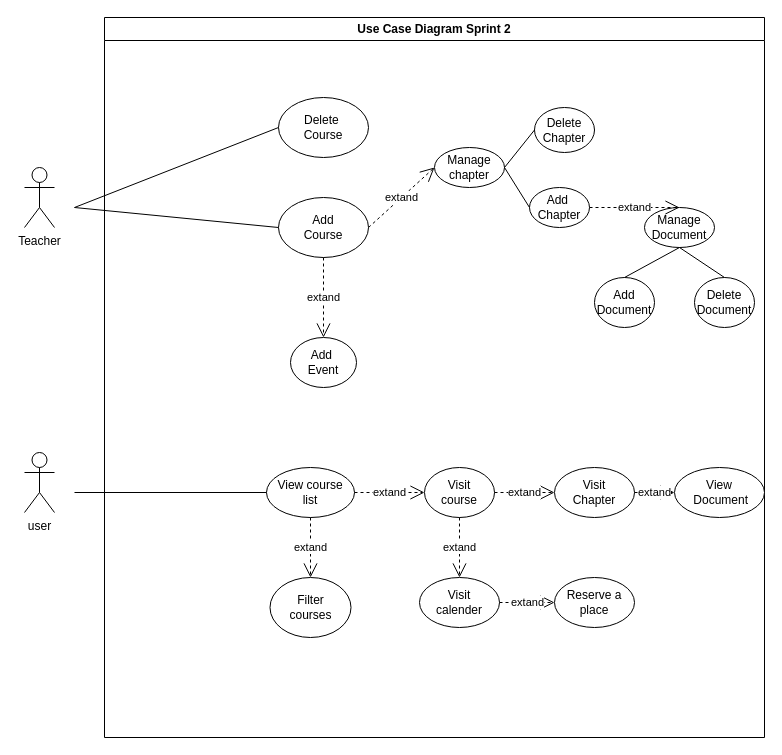
Earlier version of the draw.io diagram use case course.drawio (faresUnderScore999/test1.0). Source tidied: cells renumbered, new cells numbered last; positions are measured from the earlier drawing's top-left corner, leaving out a move shared by most shapes. Both pictures are drawn from the tidied source at 100%, with x=0, y=0 at pixel (24, 17).
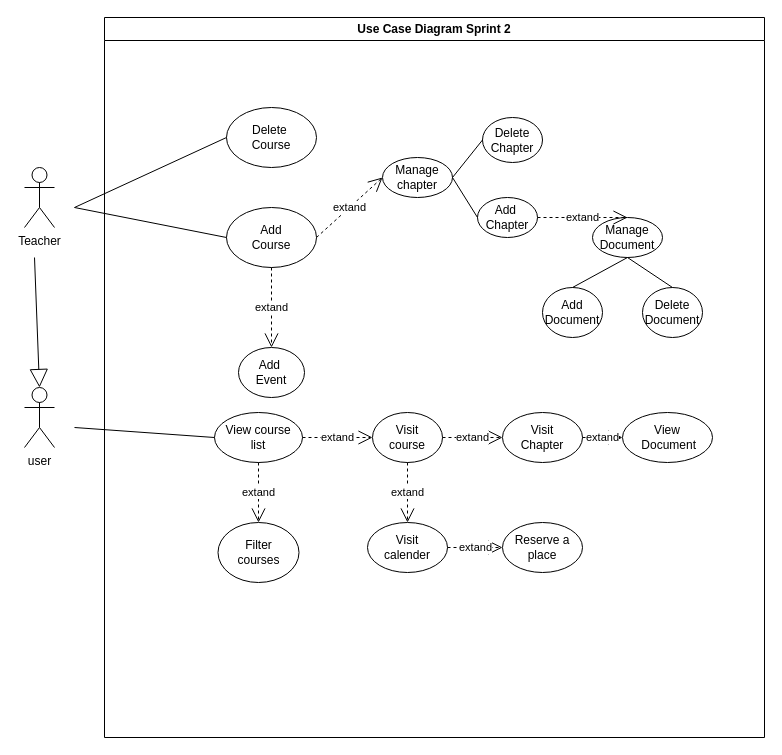
The same page after the edit.

Commit message (it also covers changes not shown here):
Mettre à jour use case course.drawio

Unchanged cells that the change refers to:
```xml
<mxCell id="2" value="Use Case Diagram Sprint 2" style="swimlane;whiteSpace=wrap;html=1;" parent="1" vertex="1">
  <mxGeometry x="80" width="660" height="720" as="geometry" />
</mxCell>
```

Diff of the diagram source:
```diff
@@
     <mxCell id="3" value="Delete&amp;nbsp;&lt;div&gt;Course&lt;/div&gt;" style="ellipse;whiteSpace=wrap;html=1;" parent="2" vertex="1">
-      <mxGeometry x="174" y="80" width="90" height="60" as="geometry" />
+      <mxGeometry x="122" y="90" width="90" height="60" as="geometry" />
     </mxCell>
     <mxCell id="4" value="Add&lt;div&gt;Course&lt;/div&gt;" style="ellipse;whiteSpace=wrap;html=1;" parent="2" vertex="1">
-      <mxGeometry x="174" y="180" width="90" height="60" as="geometry" />
+      <mxGeometry x="122" y="190" width="90" height="60" as="geometry" />
     </mxCell>
     <mxCell id="5" value="Add&amp;nbsp;&lt;div&gt;Chapter&lt;/div&gt;" style="ellipse;whiteSpace=wrap;html=1;" parent="2" vertex="1">
-      <mxGeometry x="425" y="170" width="60" height="40" as="geometry" />
+      <mxGeometry x="373" y="180" width="60" height="40" as="geometry" />
     </mxCell>
     <mxCell id="6" value="&lt;div&gt;Manage&lt;/div&gt;&lt;div&gt;Document&lt;/div&gt;" style="ellipse;whiteSpace=wrap;html=1;" parent="2" vertex="1">
-      <mxGeometry x="540" y="190" width="70" height="40" as="geometry" />
+      <mxGeometry x="488" y="200" width="70" height="40" as="geometry" />
     </mxCell>
@@
     <mxCell id="8" value="Manage&lt;div&gt;chapter&lt;/div&gt;" style="ellipse;whiteSpace=wrap;html=1;" parent="2" vertex="1">
-      <mxGeometry x="330" y="130" width="70" height="40" as="geometry" />
+      <mxGeometry x="278" y="140" width="70" height="40" as="geometry" />
     </mxCell>
     <mxCell id="9" value="Delete&lt;div&gt;Chapter&lt;/div&gt;" style="ellipse;whiteSpace=wrap;html=1;" parent="2" vertex="1">
-      <mxGeometry x="430" y="90" width="60" height="45" as="geometry" />
+      <mxGeometry x="378" y="100" width="60" height="45" as="geometry" />
     </mxCell>
@@
     <mxCell id="13" value="Add&lt;div&gt;Document&lt;/div&gt;" style="ellipse;whiteSpace=wrap;html=1;" parent="2" vertex="1">
-      <mxGeometry x="490" y="260" width="60" height="50" as="geometry" />
+      <mxGeometry x="438" y="270" width="60" height="50" as="geometry" />
     </mxCell>
     <mxCell id="14" value="&lt;div&gt;Delete&lt;/div&gt;&lt;div&gt;Document&lt;/div&gt;" style="ellipse;whiteSpace=wrap;html=1;" parent="2" vertex="1">
-      <mxGeometry x="590" y="260" width="60" height="50" as="geometry" />
+      <mxGeometry x="538" y="270" width="60" height="50" as="geometry" />
     </mxCell>
@@
     <mxCell id="17" value="Add&amp;nbsp;&lt;div&gt;Event&lt;/div&gt;" style="ellipse;whiteSpace=wrap;html=1;" parent="2" vertex="1">
-      <mxGeometry x="186" y="320" width="66" height="50" as="geometry" />
+      <mxGeometry x="134" y="330" width="66" height="50" as="geometry" />
     </mxCell>
@@
     <mxCell id="21" value="View course&lt;div&gt;list&lt;/div&gt;" style="ellipse;whiteSpace=wrap;html=1;" parent="2" vertex="1">
-      <mxGeometry x="162" y="450" width="88" height="50" as="geometry" />
+      <mxGeometry x="110" y="395" width="88" height="50" as="geometry" />
     </mxCell>
     <mxCell id="22" value="Filter&lt;div&gt;courses&lt;/div&gt;" style="ellipse;whiteSpace=wrap;html=1;" parent="2" vertex="1">
-      <mxGeometry x="165.5" y="560" width="81" height="60" as="geometry" />
+      <mxGeometry x="113.5" y="505" width="81" height="60" as="geometry" />
     </mxCell>
@@
     <mxCell id="24" value="Visit&lt;div&gt;course&lt;/div&gt;" style="ellipse;whiteSpace=wrap;html=1;" parent="2" vertex="1">
-      <mxGeometry x="320" y="450" width="70" height="50" as="geometry" />
+      <mxGeometry x="268" y="395" width="70" height="50" as="geometry" />
     </mxCell>
@@
     <mxCell id="26" style="endArrow=none;html=1;rounded=0;entryX=0;entryY=0.5;entryDx=0;entryDy=0;" parent="2" edge="1" target="21">
       <mxGeometry relative="1" as="geometry">
-        <mxPoint x="-30" y="475" as="sourcePoint" />
+        <mxPoint x="-30" y="410" as="sourcePoint" />
       </mxGeometry>
     </mxCell>
     <mxCell id="27" value="Visit&lt;div&gt;Chapter&lt;/div&gt;" style="ellipse;whiteSpace=wrap;html=1;" parent="2" vertex="1">
-      <mxGeometry x="450" y="450" width="80" height="50" as="geometry" />
+      <mxGeometry x="398" y="395" width="80" height="50" as="geometry" />
     </mxCell>
@@
     <mxCell id="29" value="View&lt;div&gt;&amp;nbsp;Document&lt;/div&gt;" style="ellipse;whiteSpace=wrap;html=1;" parent="2" vertex="1">
-      <mxGeometry x="570" y="450" width="90" height="50" as="geometry" />
+      <mxGeometry x="518" y="395" width="90" height="50" as="geometry" />
     </mxCell>
@@
     <mxCell id="31" value="Visit&lt;div&gt;calender&lt;/div&gt;" style="ellipse;whiteSpace=wrap;html=1;" parent="2" vertex="1">
-      <mxGeometry x="315" y="560" width="80" height="50" as="geometry" />
+      <mxGeometry x="263" y="505" width="80" height="50" as="geometry" />
     </mxCell>
@@
     <mxCell id="33" value="Reserve a&lt;div&gt;place&lt;/div&gt;" style="ellipse;whiteSpace=wrap;html=1;" parent="2" vertex="1">
-      <mxGeometry x="450" y="560" width="80" height="50" as="geometry" />
+      <mxGeometry x="398" y="505" width="80" height="50" as="geometry" />
     </mxCell>
@@
+    <mxCell id="36" value="user" style="shape=umlActor;verticalLabelPosition=bottom;verticalAlign=top;html=1;outlineConnect=0;" parent="2" vertex="1">
+      <mxGeometry x="-80" y="370" width="30" height="60" as="geometry" />
+    </mxCell>
@@
-    <mxCell id="36" value="user" style="shape=umlActor;verticalLabelPosition=bottom;verticalAlign=top;html=1;outlineConnect=0;" parent="1" vertex="1">
-      <mxGeometry y="435" width="30" height="60" as="geometry" />
-    </mxCell>
+    <mxCell id="37" style="endArrow=block;endSize=16;endFill=0;html=1;rounded=0;entryX=0.5;entryY=0;entryDx=0;entryDy=0;entryPerimeter=0;" parent="1" edge="1" target="36">
+      <mxGeometry relative="1" as="geometry">
+        <mxPoint x="10" y="240" as="sourcePoint" />
+      </mxGeometry>
+    </mxCell>
```
